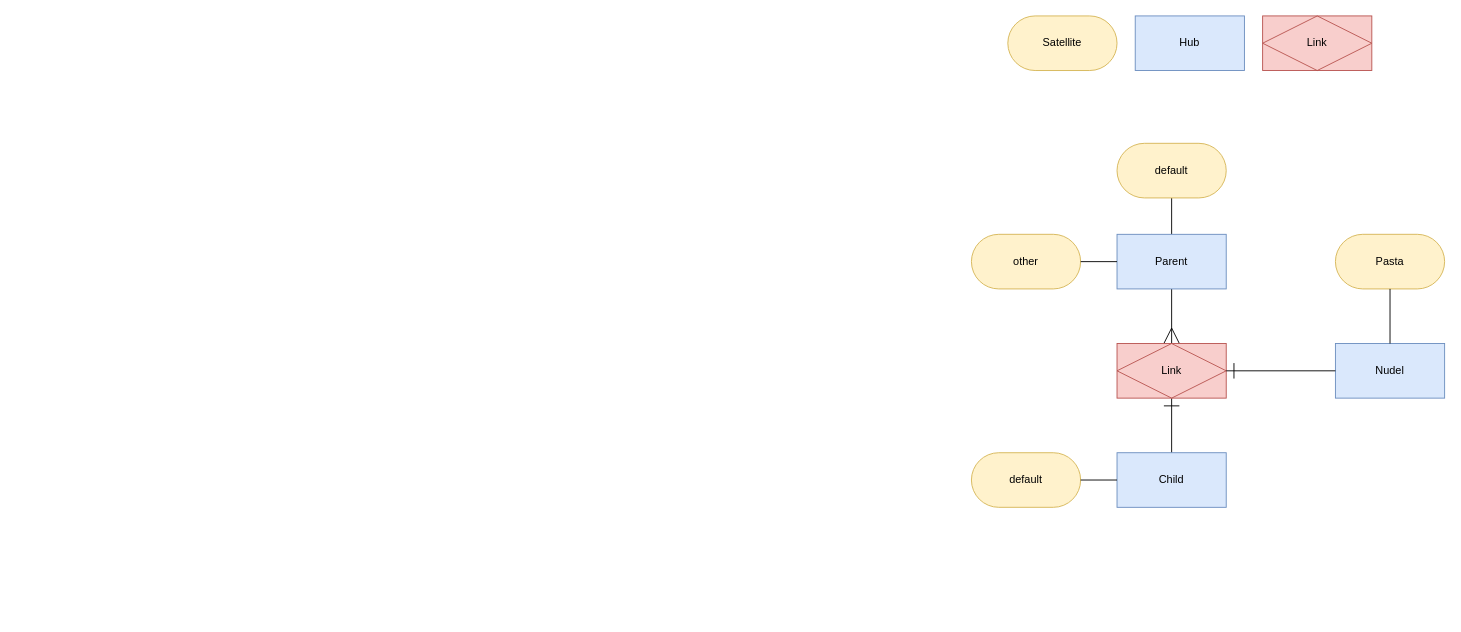
The draw.io diagram drawio/Ensemble2.drawio in mtruschk/btelligentELM, before the edit. Source tidied: cells renumbered, new cells numbered last; positions are measured from the earlier drawing's top-left corner, leaving out a move shared by most shapes. Both pictures are drawn from the tidied source at 91%, with x=0, y=0 at pixel (971, 15).
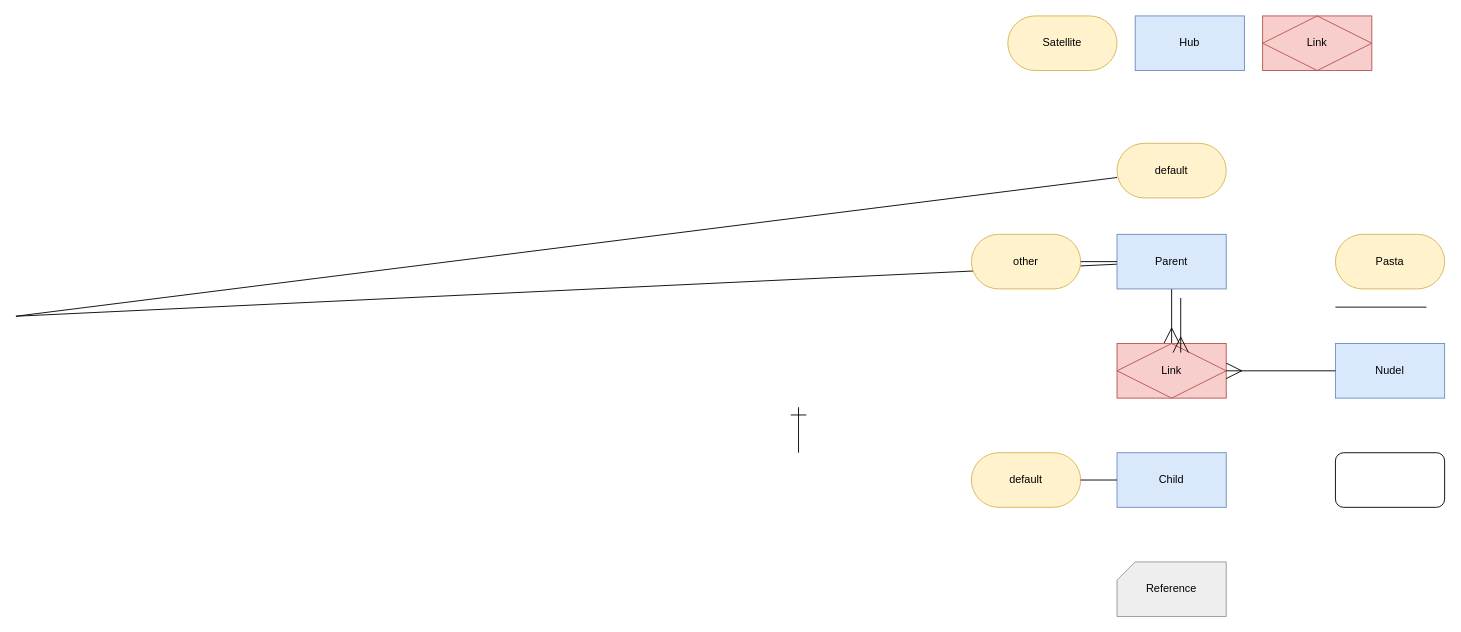
The same page after the edit.

Unchanged cells that the change refers to:
```xml
<mxCell id="8" value="Parent" style="rounded=0;whiteSpace=wrap;html=1;fillColor=#dae8fc;strokeColor=#6c8ebf;" parent="1" vertex="1">
  <mxGeometry x="160" y="240" width="120" height="60" as="geometry" />
</mxCell>
<mxCell id="10" value="Link" style="shape=associativeEntity;whiteSpace=wrap;html=1;align=center;fillColor=#f8cecc;strokeColor=#b85450;" parent="1" vertex="1">
  <mxGeometry x="160" y="360" width="120" height="60" as="geometry" />
</mxCell>
<mxCell id="11" value="Child" style="rounded=0;whiteSpace=wrap;html=1;fillColor=#dae8fc;strokeColor=#6c8ebf;" parent="1" vertex="1">
  <mxGeometry x="160" y="480" width="120" height="60" as="geometry" />
</mxCell>
<mxCell id="13" value="default" style="rounded=1;whiteSpace=wrap;html=1;arcSize=50;fillColor=#fff2cc;strokeColor=#d6b656;" parent="1" vertex="1">
  <mxGeometry x="160" y="140" width="120" height="60" as="geometry" />
</mxCell>
<mxCell id="16" value="Nudel" style="rounded=0;whiteSpace=wrap;html=1;fillColor=#dae8fc;strokeColor=#6c8ebf;" parent="1" vertex="1">
  <mxGeometry x="400" y="360" width="120" height="60" as="geometry" />
</mxCell>
<mxCell id="17" value="Pasta" style="rounded=1;whiteSpace=wrap;html=1;arcSize=50;fillColor=#fff2cc;strokeColor=#d6b656;" parent="1" vertex="1">
  <mxGeometry x="400" y="240" width="120" height="60" as="geometry" />
</mxCell>
```

Diff of the diagram source:
```diff
@@
     <mxCell id="5" style="endArrow=none;html=1;rounded=0;" parent="1" edge="1" source="13" target="8">
-      <mxGeometry relative="1" as="geometry" />
+      <mxGeometry relative="1" as="geometry">
+        <Array as="points">
+          <mxPoint x="-1050" y="330" />
+        </Array>
+      </mxGeometry>
     </mxCell>
-    <mxCell id="6" style="endArrow=ERmany;html=1;rounded=0;endSize=15;endFill=0;" parent="1" edge="1" source="8" target="10">
+    <mxCell id="6" style="endArrow=ERmany;html=1;rounded=1;endSize=15;endFill=0;edgeStyle=orthogonalEdgeStyle;curved=0;" parent="1" edge="1" source="8" target="10">
       <mxGeometry relative="1" as="geometry" />
     </mxCell>
-    <mxCell id="7" style="endArrow=ERone;html=1;rounded=0;endSize=15;endFill=0;" parent="1" edge="1" source="11" target="10">
-      <mxGeometry relative="1" as="geometry" />
+    <mxCell id="7" style="endArrow=ERone;html=1;rounded=1;endSize=15;endFill=0;edgeStyle=orthogonalEdgeStyle;" parent="1" edge="1">
+      <mxGeometry relative="1" as="geometry">
+        <mxPoint x="-190" y="480" as="sourcePoint" />
+        <mxPoint x="-190" y="430" as="targetPoint" />
+      </mxGeometry>
     </mxCell>
@@
-    <mxCell id="18" style="endArrow=none;html=1;rounded=0;" parent="1" edge="1" source="17" target="16">
-      <mxGeometry relative="1" as="geometry" />
+    <mxCell id="18" style="endArrow=none;html=1;rounded=1;edgeStyle=orthogonalEdgeStyle;curved=0;" parent="1" edge="1">
+      <mxGeometry relative="1" as="geometry">
+        <mxPoint x="500" y="320" as="sourcePoint" />
+        <mxPoint x="400" y="320" as="targetPoint" />
+      </mxGeometry>
     </mxCell>
-    <mxCell id="19" style="endArrow=ERone;html=1;rounded=0;endSize=15;endFill=0;" parent="1" edge="1" source="16" target="10">
+    <mxCell id="19" style="endArrow=ERmany;html=1;rounded=1;endSize=15;endFill=0;edgeStyle=orthogonalEdgeStyle;curved=0;" parent="1" edge="1" source="16" target="10">
       <mxGeometry relative="1" as="geometry" />
     </mxCell>
+    <mxCell id="20" style="rounded=1;whiteSpace=wrap;html=1;" parent="1" vertex="1">
+      <mxGeometry x="400" y="480" width="120" height="60" as="geometry" />
+    </mxCell>
+    <mxCell id="21" style="endArrow=ERmany;html=1;rounded=1;endSize=15;endFill=0;edgeStyle=orthogonalEdgeStyle;curved=0;" parent="1" edge="1">
+      <mxGeometry relative="1" as="geometry">
+        <mxPoint x="230" y="310" as="sourcePoint" />
+        <mxPoint x="230" y="370" as="targetPoint" />
+      </mxGeometry>
+    </mxCell>
+    <mxCell id="22" value="Reference" style="shape=card;whiteSpace=wrap;html=1;size=20;fillColor=#eeeeee;strokeColor=#999999;" parent="1" vertex="1">
+      <mxGeometry x="160" y="600" width="120" height="60" as="geometry" />
+    </mxCell>
```
